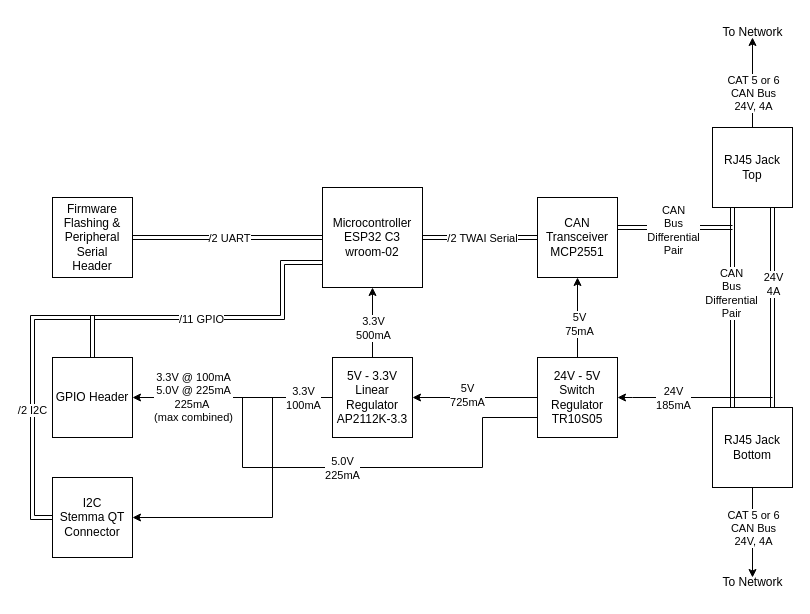
The draw.io diagram BlockDiagrams/NodeControllerV2Block.drawio in ProjectFishWorks/Documentation, before the edit. Source tidied: cells renumbered, new cells numbered last; positions are measured from the earlier drawing's top-left corner, leaving out a move shared by most shapes. Both pictures are drawn from the tidied source at 100%, with x=0, y=0 at pixel (32, 17).
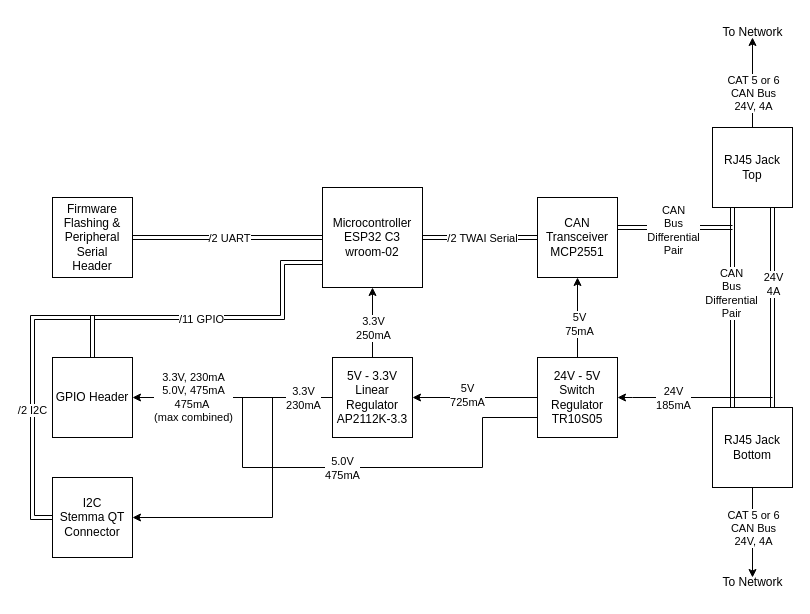
The same page after the edit.

Unchanged cells that the change refers to:
```xml
<mxCell id="28" style="edgeStyle=orthogonalEdgeStyle;rounded=0;jettySize=auto;html=1;exitX=0;exitY=0.75;exitDx=0;exitDy=0;startArrow=none;startFill=0;endArrow=none;endFill=0;" parent="1" edge="1" source="30">
  <mxGeometry relative="1" as="geometry">
    <mxPoint x="250" y="380" as="targetPoint" />
    <Array as="points">
      <mxPoint x="450" y="400" />
      <mxPoint x="450" y="450" />
      <mxPoint x="210" y="450" />
      <mxPoint x="210" y="380" />
    </Array>
  </mxGeometry>
</mxCell>
<mxCell id="31" style="edgeStyle=orthogonalEdgeStyle;rounded=0;jettySize=auto;html=1;" parent="1" edge="1" source="36" target="20">
  <mxGeometry relative="1" as="geometry" />
</mxCell>
<mxCell id="33" style="edgeStyle=orthogonalEdgeStyle;rounded=0;jettySize=auto;html=1;entryX=1;entryY=0.5;entryDx=0;entryDy=0;" parent="1" edge="1" source="36" target="40">
  <mxGeometry relative="1" as="geometry" />
</mxCell>
```

What changed in the source:
```diff
@@
-    <mxCell id="29" value="&lt;div&gt;5.0V&lt;/div&gt;225mA" style="edgeLabel;html=1;align=center;verticalAlign=middle;" parent="28" vertex="1">
+    <mxCell id="29" value="&lt;div&gt;5.0V&lt;/div&gt;475mA" style="edgeLabel;html=1;align=center;verticalAlign=middle;" parent="28" vertex="1">
       <mxGeometry x="0.08" relative="1" as="geometry" />
     </mxCell>
@@
-    <mxCell id="32" value="3.3V&lt;div&gt;500mA&lt;/div&gt;" style="edgeLabel;html=1;align=center;verticalAlign=middle;" parent="31" vertex="1">
+    <mxCell id="32" value="3.3V&lt;div&gt;250mA&lt;/div&gt;" style="edgeLabel;html=1;align=center;verticalAlign=middle;" parent="31" vertex="1">
       <mxGeometry x="-0.14" relative="1" as="geometry" />
     </mxCell>
@@
-    <mxCell id="34" value="3.3V&lt;div&gt;100mA&lt;/div&gt;" style="edgeLabel;html=1;align=center;verticalAlign=middle;" parent="33" vertex="1">
+    <mxCell id="34" value="3.3V&lt;div&gt;230mA&lt;/div&gt;" style="edgeLabel;html=1;align=center;verticalAlign=middle;" parent="33" vertex="1">
       <mxGeometry x="-0.43" y="1" relative="1" as="geometry">
         <mxPoint x="27" y="-1" as="offset" />
       </mxGeometry>
     </mxCell>
-    <mxCell id="35" value="3.3V @ 100mA&lt;div&gt;5.0V @ 225mA&lt;br&gt;&lt;div&gt;&lt;div&gt;225mA&amp;nbsp;&lt;/div&gt;&lt;div&gt;(max combined)&lt;/div&gt;&lt;/div&gt;&lt;/div&gt;" style="edgeLabel;html=1;align=center;verticalAlign=middle;" parent="33" vertex="1">
+    <mxCell id="35" value="3.3V, 230mA&lt;div&gt;5.0V, 475mA&lt;br&gt;&lt;div&gt;&lt;div&gt;475mA&amp;nbsp;&lt;/div&gt;&lt;div&gt;(max combined)&lt;/div&gt;&lt;/div&gt;&lt;/div&gt;" style="edgeLabel;html=1;align=center;verticalAlign=middle;" parent="33" vertex="1">
       <mxGeometry x="0.44" y="-1" relative="1" as="geometry">
         <mxPoint x="4" as="offset" />
       </mxGeometry>
     </mxCell>
```
